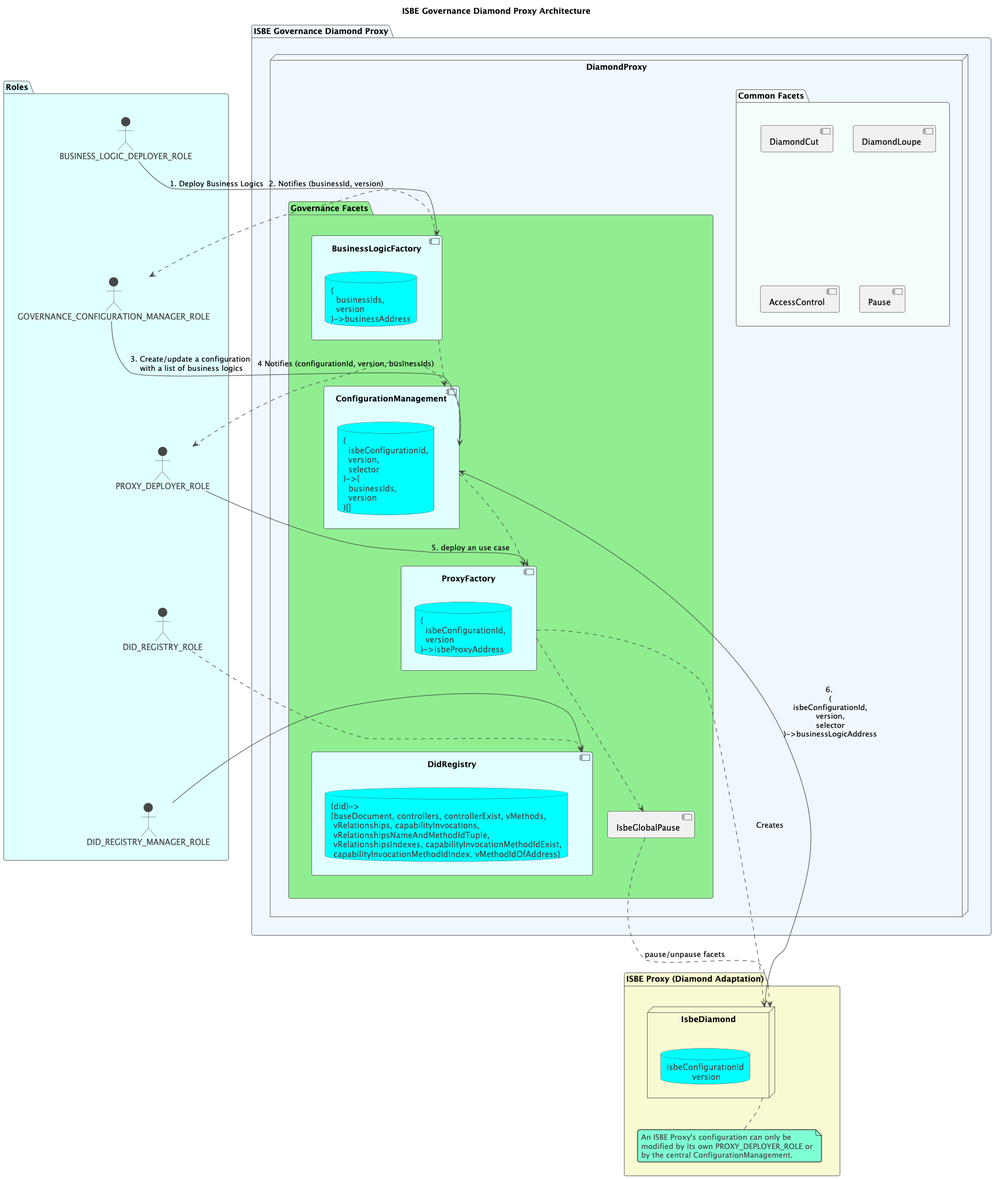
Earlier version of the PlantUML export docs/diagrams/ISBE_Governance_Diamond_Proxy_Architecture.png (red-isbe/isbe-contracts).
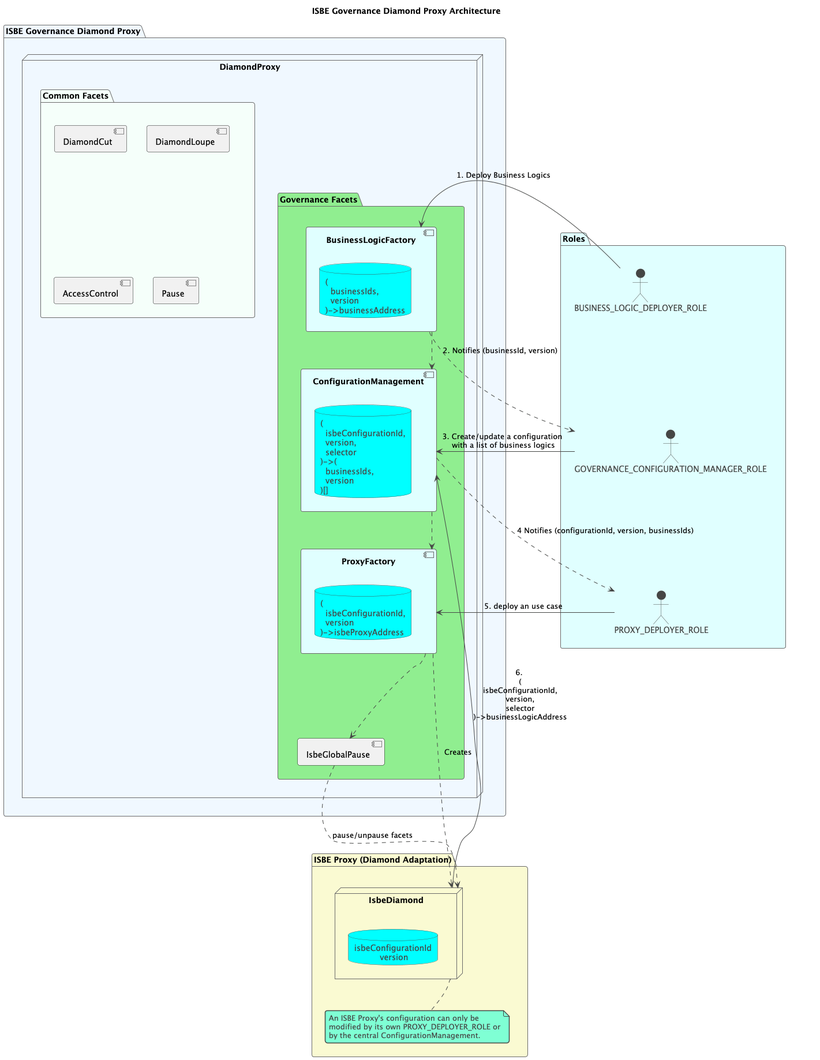
Above is the later version.

Commit message:
Simplify governance documentation by removing redundant role definitions and outdated content. Update diagrams for better clarity.

Change to the diagram source:
```diff
@@ -7,12 +7,8 @@
     actor BUSINESS_LOGIC_DEPLOYER_ROLE
     actor GOVERNANCE_CONFIGURATION_MANAGER_ROLE
     actor PROXY_DEPLOYER_ROLE
-    actor DID_REGISTRY_ROLE
-    actor DID_REGISTRY_MANAGER_ROLE
     BUSINESS_LOGIC_DEPLOYER_ROLE -[hidden]- GOVERNANCE_CONFIGURATION_MANAGER_ROLE
     GOVERNANCE_CONFIGURATION_MANAGER_ROLE -[hidden]- PROXY_DEPLOYER_ROLE
-    PROXY_DEPLOYER_ROLE -[hidden]- DID_REGISTRY_ROLE
-    DID_REGISTRY_ROLE -[hidden]- DID_REGISTRY_MANAGER_ROLE
 }
 package "ISBE Governance Diamond Proxy" #AliceBlue {
   node DiamondProxy as DP {
@@ -34,13 +30,8 @@
       component "ConfigurationManagement" #LightCyan {
         database "(\n  isbeConfigurationId,\n  version,\n  selector\n)->(\n  businessIds,\n  version\n)[]"
       }
-      [DidRegistry]
-      component "DidRegistry" #LightCyan {
-        database "(did)->\n{baseDocument, controllers, controllerExist, vMethods,\n vRelationships, capabilityInvocations,\n vRelationshipsNameAndMethodIdTuple,\n vRelationshipsIndexes, capabilityInvocationMethodIdExist,\n capabilityInvocationMethodIdIndex, vMethodIdOfAddress}"
-      }
     }
     "Common Facets" -[hidden]- "Governance Facets"
-    [DidRegistry] -l[hidden]- [IsbeGlobalPause]
   }
 }
 Roles -[hidden]- "ISBE Governance Diamond Proxy"
@@ -70,9 +61,6 @@
 IsbeDiamond -l-> [ConfigurationManagement] : 6. \n(\nisbeConfigurationId,\nversion,\nselector\n)->businessLogicAddress
 [IsbeGlobalPause] .d.> IsbeDiamond : pause/unpause facets
 
-DID_REGISTRY_ROLE .-> [DidRegistry]
-DID_REGISTRY_MANAGER_ROLE --> [DidRegistry]
-
 "ISBE Proxy (Diamond Adaptation)" -l[hidden]- "ISBE Governance Diamond Proxy"
 
 @enduml
```
